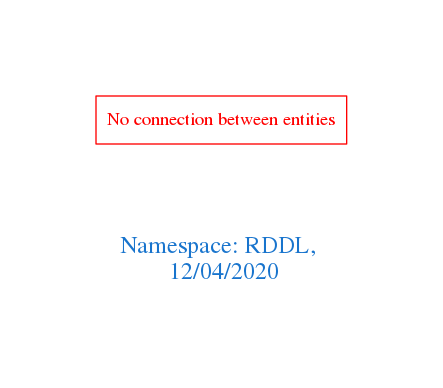
Above: downloads/RDDL.png in arago/OGIT (Graphviz), before the change. Its source is kept beside it as downloads/RDDL.dot.
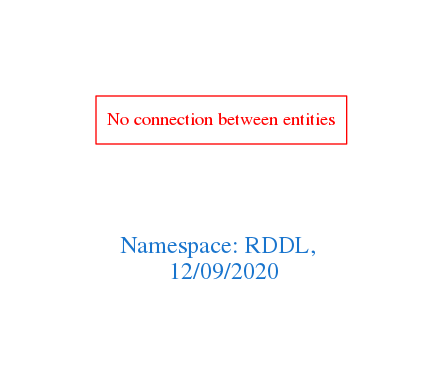
After the commit.

Change to the diagram source:
```diff
@@ -1,7 +1,7 @@
 digraph OGIT_ontology {
  graph [ rankdir= LR,pad=1
 fontsize = 18,
-fontcolor= dodgerblue3,label = "\n\n\nNamespace: RDDL, \n 12/04/2020"];
+fontcolor= dodgerblue3,label = "\n\n\nNamespace: RDDL, \n 12/09/2020"];
 node[shape=polygon];
 edge [  color="gray81"];
 
```
